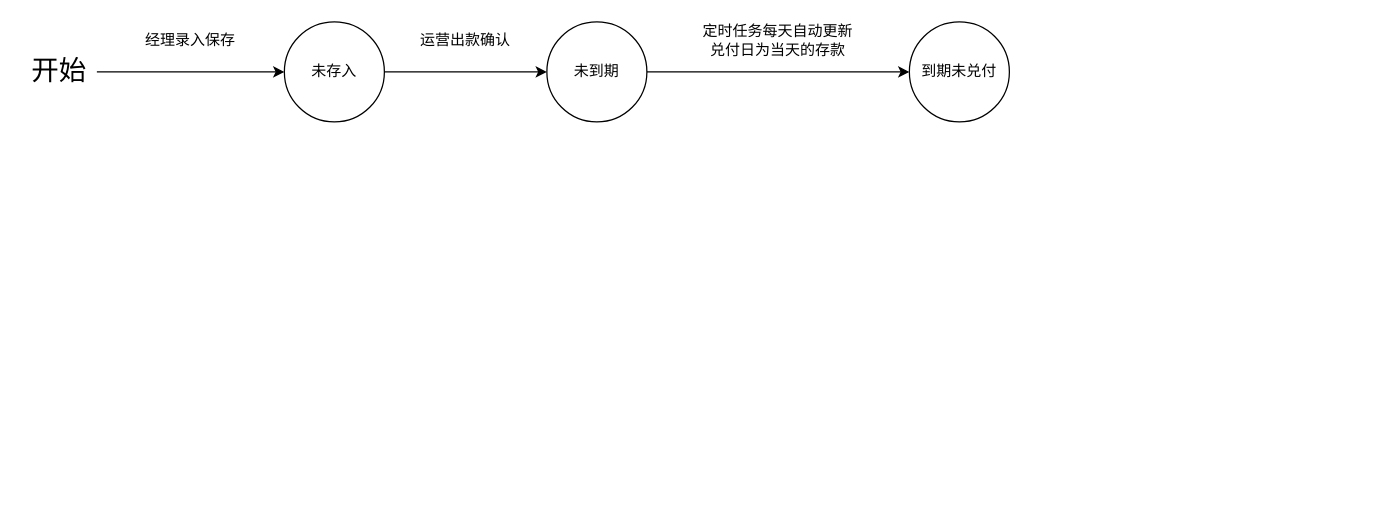
Earlier version of the draw.io diagram drawio/兑付状态.drawio (happinessandlove/Pic). Source tidied: cells renumbered, new cells numbered last; positions are measured from the earlier drawing's top-left corner, leaving out a move shared by most shapes. Both pictures are drawn from the tidied source at 125%, with x=0, y=0 at pixel (21, 21).
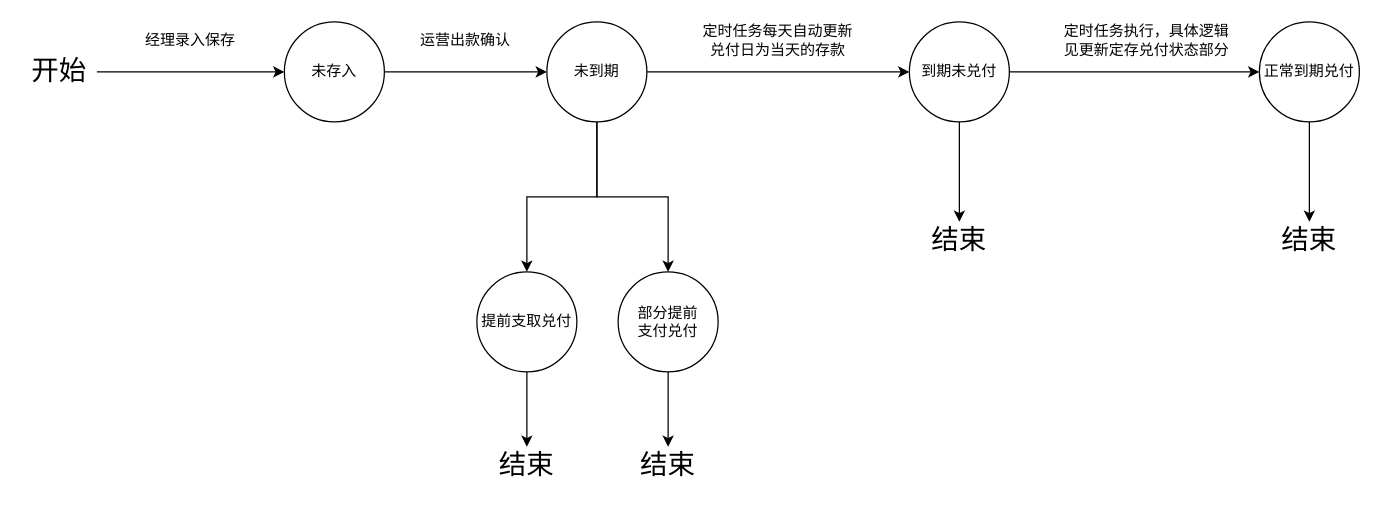
Above is the later version.

Unchanged cells that the change refers to:
```xml
<mxCell id="8" value="未到期" style="ellipse;whiteSpace=wrap;html=1;" parent="1" vertex="1">
  <mxGeometry x="420" width="80" height="80" as="geometry" />
</mxCell>
<mxCell id="9" value="到期未兑付" style="ellipse;whiteSpace=wrap;html=1;" parent="1" vertex="1">
  <mxGeometry x="710" width="80" height="80" as="geometry" />
</mxCell>
```

Change to the diagram source:
```diff
@@
+    <mxCell id="12" style="edgeStyle=orthogonalEdgeStyle;rounded=0;jettySize=auto;html=1;entryX=0.5;entryY=0;entryDx=0;entryDy=0;" parent="1" edge="1" source="8" target="21">
+      <mxGeometry relative="1" as="geometry" />
+    </mxCell>
+    <mxCell id="13" style="edgeStyle=orthogonalEdgeStyle;rounded=0;jettySize=auto;html=1;entryX=0.5;entryY=0;entryDx=0;entryDy=0;" parent="1" edge="1" target="23">
+      <mxGeometry relative="1" as="geometry">
+        <mxPoint x="460" y="80" as="sourcePoint" />
+        <Array as="points">
+          <mxPoint x="460" y="140" />
+          <mxPoint x="517" y="140" />
+        </Array>
+      </mxGeometry>
+    </mxCell>
@@
+    <mxCell id="14" style="edgeStyle=orthogonalEdgeStyle;rounded=0;jettySize=auto;html=1;" parent="1" edge="1" source="9" target="17">
+      <mxGeometry relative="1" as="geometry" />
+    </mxCell>
+    <mxCell id="15" style="edgeStyle=orthogonalEdgeStyle;rounded=0;jettySize=auto;html=1;" parent="1" edge="1" source="9" target="26">
+      <mxGeometry relative="1" as="geometry" />
+    </mxCell>
@@
+    <mxCell id="16" style="edgeStyle=orthogonalEdgeStyle;rounded=0;jettySize=auto;html=1;" parent="1" edge="1" source="17" target="19">
+      <mxGeometry relative="1" as="geometry" />
+    </mxCell>
+    <mxCell id="17" value="正常到期兑付" style="ellipse;whiteSpace=wrap;html=1;" parent="1" vertex="1">
+      <mxGeometry x="990" width="80" height="80" as="geometry" />
+    </mxCell>
+    <mxCell id="18" value="定时任务执行，具体逻辑见更新定存兑付状态部分" style="text;html=1;strokeColor=none;fillColor=none;align=center;verticalAlign=middle;whiteSpace=wrap;rounded=0;" parent="1" vertex="1">
+      <mxGeometry x="830" width="140" height="30" as="geometry" />
+    </mxCell>
+    <mxCell id="19" value="结束" style="text;html=1;strokeColor=none;fillColor=none;align=center;verticalAlign=middle;whiteSpace=wrap;rounded=0;fontSize=22;" parent="1" vertex="1">
+      <mxGeometry x="1000" y="160" width="60" height="30" as="geometry" />
+    </mxCell>
+    <mxCell id="20" style="edgeStyle=orthogonalEdgeStyle;rounded=0;jettySize=auto;html=1;" parent="1" edge="1" source="21" target="24">
+      <mxGeometry relative="1" as="geometry" />
+    </mxCell>
+    <mxCell id="21" value="提前支取兑付" style="ellipse;whiteSpace=wrap;html=1;" parent="1" vertex="1">
+      <mxGeometry x="364" y="200" width="80" height="80" as="geometry" />
+    </mxCell>
+    <mxCell id="22" style="edgeStyle=orthogonalEdgeStyle;rounded=0;jettySize=auto;html=1;" parent="1" edge="1" source="23" target="25">
+      <mxGeometry relative="1" as="geometry" />
+    </mxCell>
+    <mxCell id="23" value="部分提前&lt;br&gt;支付兑付" style="ellipse;whiteSpace=wrap;html=1;" parent="1" vertex="1">
+      <mxGeometry x="477" y="200" width="80" height="80" as="geometry" />
+    </mxCell>
+    <mxCell id="24" value="结束" style="text;html=1;strokeColor=none;fillColor=none;align=center;verticalAlign=middle;whiteSpace=wrap;rounded=0;fontSize=22;" parent="1" vertex="1">
+      <mxGeometry x="374" y="340" width="60" height="30" as="geometry" />
+    </mxCell>
+    <mxCell id="25" value="结束" style="text;html=1;strokeColor=none;fillColor=none;align=center;verticalAlign=middle;whiteSpace=wrap;rounded=0;fontSize=22;" parent="1" vertex="1">
+      <mxGeometry x="487" y="340" width="60" height="30" as="geometry" />
+    </mxCell>
+    <mxCell id="26" value="结束" style="text;html=1;strokeColor=none;fillColor=none;align=center;verticalAlign=middle;whiteSpace=wrap;rounded=0;fontSize=22;" parent="1" vertex="1">
+      <mxGeometry x="720" y="160" width="60" height="30" as="geometry" />
+    </mxCell>
```
